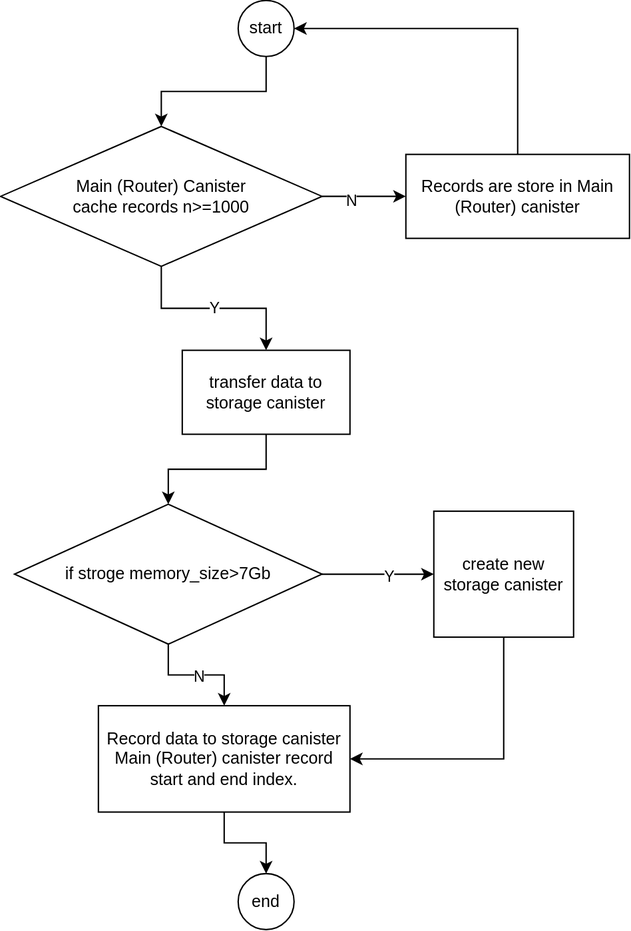
Earlier version of the draw.io export static/img/auto-scaling.svg (icpfans-xyz/ices-doc). Source tidied: cells renumbered, new cells last; positions are measured from the earlier drawing's top-left corner, leaving out a move shared by most shapes.
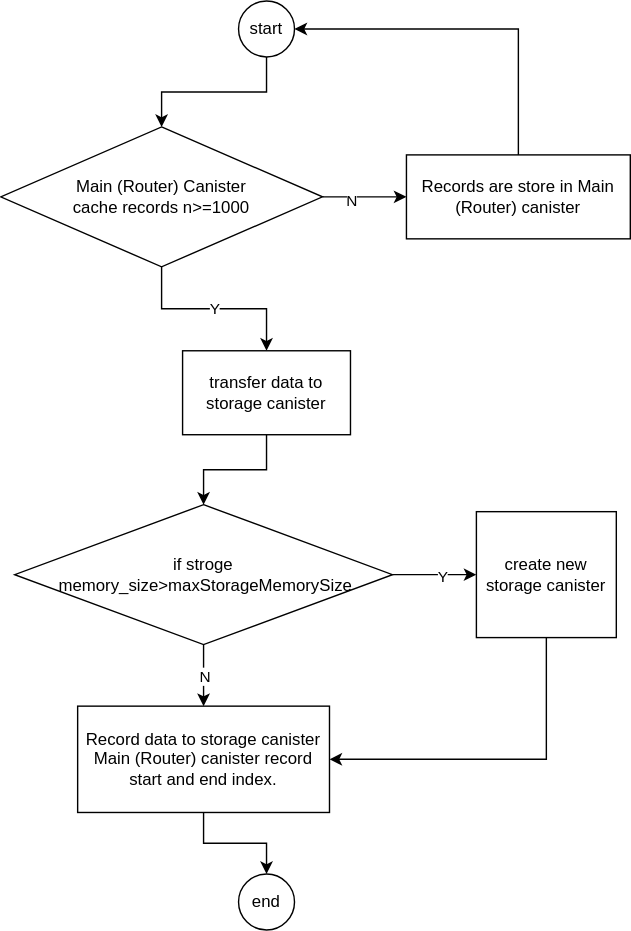
Later version of the same file.

Commit message:
modify auto-scaling

Diff of the diagram source:
```diff
@@ -38,11 +38,11 @@
     <mxCell id="13" value="N" style="edgeLabel;html=1;align=center;verticalAlign=middle;" parent="12" vertex="1">
       <mxGeometry x="0.02" relative="1" as="geometry" />
     </mxCell>
-    <mxCell id="14" value="if stroge memory_size&amp;gt;7Gb" style="rhombus;whiteSpace=wrap;html=1;" parent="1" vertex="1">
-      <mxGeometry x="10" y="360" width="220" height="100" as="geometry" />
+    <mxCell id="14" value="if stroge&lt;br&gt;&amp;nbsp;memory_size&amp;gt;maxStorageMemorySize" style="rhombus;whiteSpace=wrap;html=1;" parent="1" vertex="1">
+      <mxGeometry x="10" y="360" width="270" height="100" as="geometry" />
     </mxCell>
     <mxCell id="15" value="create new storage canister" style="whiteSpace=wrap;html=1;" parent="1" vertex="1">
-      <mxGeometry x="310" y="365" width="100" height="90" as="geometry" />
+      <mxGeometry x="340" y="365" width="100" height="90" as="geometry" />
     </mxCell>
     <mxCell id="16" style="edgeStyle=orthogonalEdgeStyle;rounded=0;jettySize=auto;html=1;entryX=1;entryY=0.5;entryDx=0;entryDy=0;exitX=0.5;exitY=1;exitDx=0;exitDy=0;" parent="1" edge="1" source="15" target="18">
       <mxGeometry relative="1" as="geometry" />
@@ -51,7 +51,7 @@
       <mxGeometry relative="1" as="geometry" />
     </mxCell>
     <mxCell id="18" value="Record data to storage canister&lt;br&gt;Main (Router) canister record start and end index." style="whiteSpace=wrap;html=1;" parent="1" vertex="1">
-      <mxGeometry x="70" y="504" width="180" height="76" as="geometry" />
+      <mxGeometry x="55" y="504" width="180" height="76" as="geometry" />
     </mxCell>
     <mxCell id="19" value="end" style="ellipse;whiteSpace=wrap;html=1;" parent="1" vertex="1">
       <mxGeometry x="170" y="624" width="40" height="40" as="geometry" />
```
